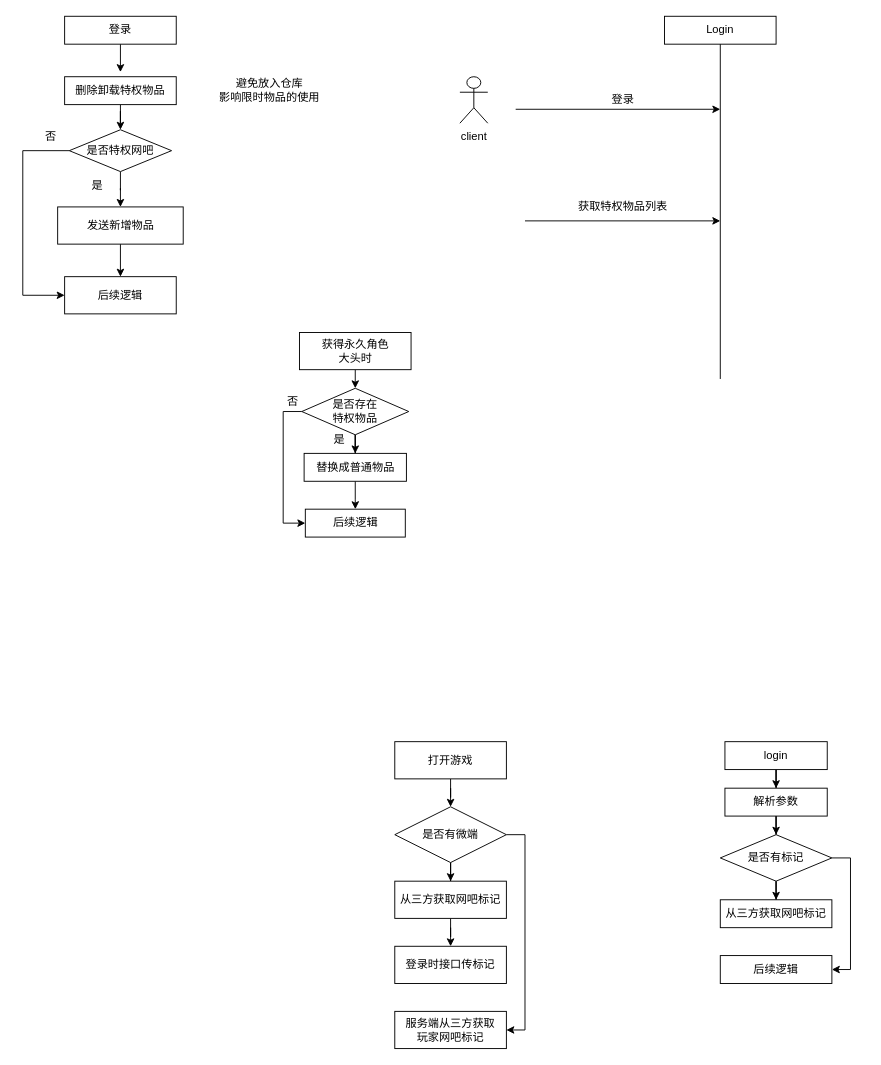
Earlier version of the draw.io diagram SSJJ2/网吧特权.drawio (Ordertiny/graph). Source tidied: cells renumbered, new cells numbered last; positions are measured from the earlier drawing's top-left corner, leaving out a move shared by most shapes. Both pictures are drawn from the tidied source at 93%, with x=0, y=0 at pixel (22, 16).
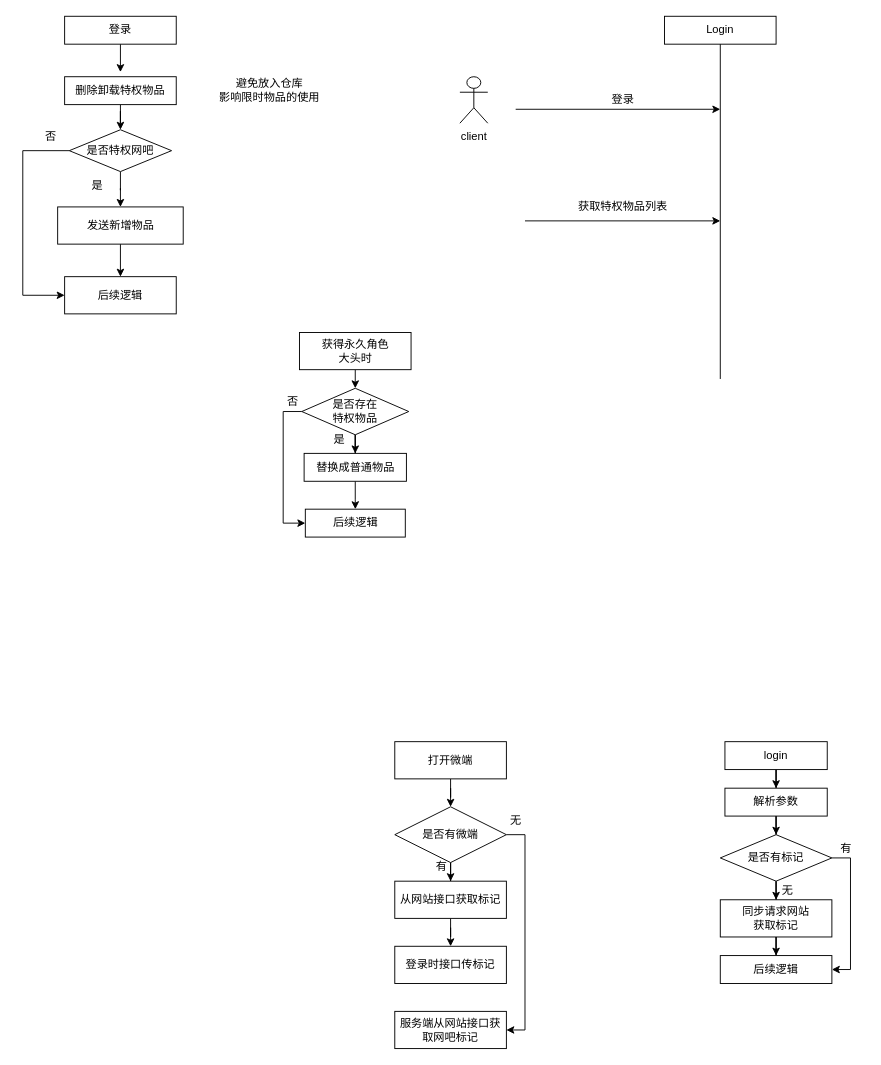
Above is the later version.

Commit message:
更新网吧特权.drawio

The change refers to these unchanged cells:
```xml
<mxCell id="49" value="后续逻辑" style="whiteSpace=wrap;html=1;" parent="1" vertex="1">
  <mxGeometry x="750" y="1010" width="120" height="30" as="geometry" />
</mxCell>
```

Change to the diagram source:
```diff
@@
-    <mxCell id="33" value="打开游戏" style="rounded=0;whiteSpace=wrap;html=1;" parent="1" vertex="1">
+    <mxCell id="33" value="打开微端" style="rounded=0;whiteSpace=wrap;html=1;" parent="1" vertex="1">
       <mxGeometry x="400" y="780" width="120" height="40" as="geometry" />
     </mxCell>
@@
-    <mxCell id="38" value="从三方获取网吧标记" style="rounded=0;whiteSpace=wrap;html=1;" parent="1" vertex="1">
+    <mxCell id="38" value="从网站接口获取标记" style="rounded=0;whiteSpace=wrap;html=1;" parent="1" vertex="1">
       <mxGeometry x="400" y="930" width="120" height="40" as="geometry" />
     </mxCell>
@@
-    <mxCell id="40" value="服务端从三方获取&lt;br&gt;玩家网吧标记" style="whiteSpace=wrap;html=1;" parent="1" vertex="1">
+    <mxCell id="40" value="服务端从网站接口获取网吧标记" style="whiteSpace=wrap;html=1;" parent="1" vertex="1">
       <mxGeometry x="400" y="1070" width="120" height="40" as="geometry" />
     </mxCell>
@@
+    <mxCell id="50" style="edgeStyle=orthogonalEdgeStyle;rounded=0;jettySize=auto;html=1;exitX=0.5;exitY=1;exitDx=0;exitDy=0;fontFamily=Helvetica;fontSize=12;fontColor=default;" parent="1" edge="1" source="48" target="49">
+      <mxGeometry relative="1" as="geometry" />
+    </mxCell>
-    <mxCell id="48" value="从三方获取网吧标记" style="whiteSpace=wrap;html=1;" parent="1" vertex="1">
-      <mxGeometry x="750" y="950" width="120" height="30" as="geometry" />
+    <mxCell id="48" value="同步请求网站&lt;br&gt;获取标记" style="whiteSpace=wrap;html=1;" parent="1" vertex="1">
+      <mxGeometry x="750" y="950" width="120" height="40" as="geometry" />
     </mxCell>
@@
+    <mxCell id="51" value="无" style="text;html=1;align=center;verticalAlign=middle;strokeColor=none;fillColor=none;" parent="1" vertex="1">
+      <mxGeometry x="510" y="850" width="40" height="30" as="geometry" />
+    </mxCell>
+    <mxCell id="52" value="有" style="text;html=1;align=center;verticalAlign=middle;strokeColor=none;fillColor=none;" parent="1" vertex="1">
+      <mxGeometry x="430" y="900" width="40" height="30" as="geometry" />
+    </mxCell>
+    <mxCell id="53" value="有" style="text;html=1;align=center;verticalAlign=middle;strokeColor=none;fillColor=none;" parent="1" vertex="1">
+      <mxGeometry x="865" y="880" width="40" height="30" as="geometry" />
+    </mxCell>
+    <mxCell id="54" value="无" style="text;html=1;align=center;verticalAlign=middle;strokeColor=none;fillColor=none;fontSize=12;fontFamily=Helvetica;fontColor=default;" parent="1" vertex="1">
+      <mxGeometry x="802" y="925" width="40" height="30" as="geometry" />
+    </mxCell>
```
